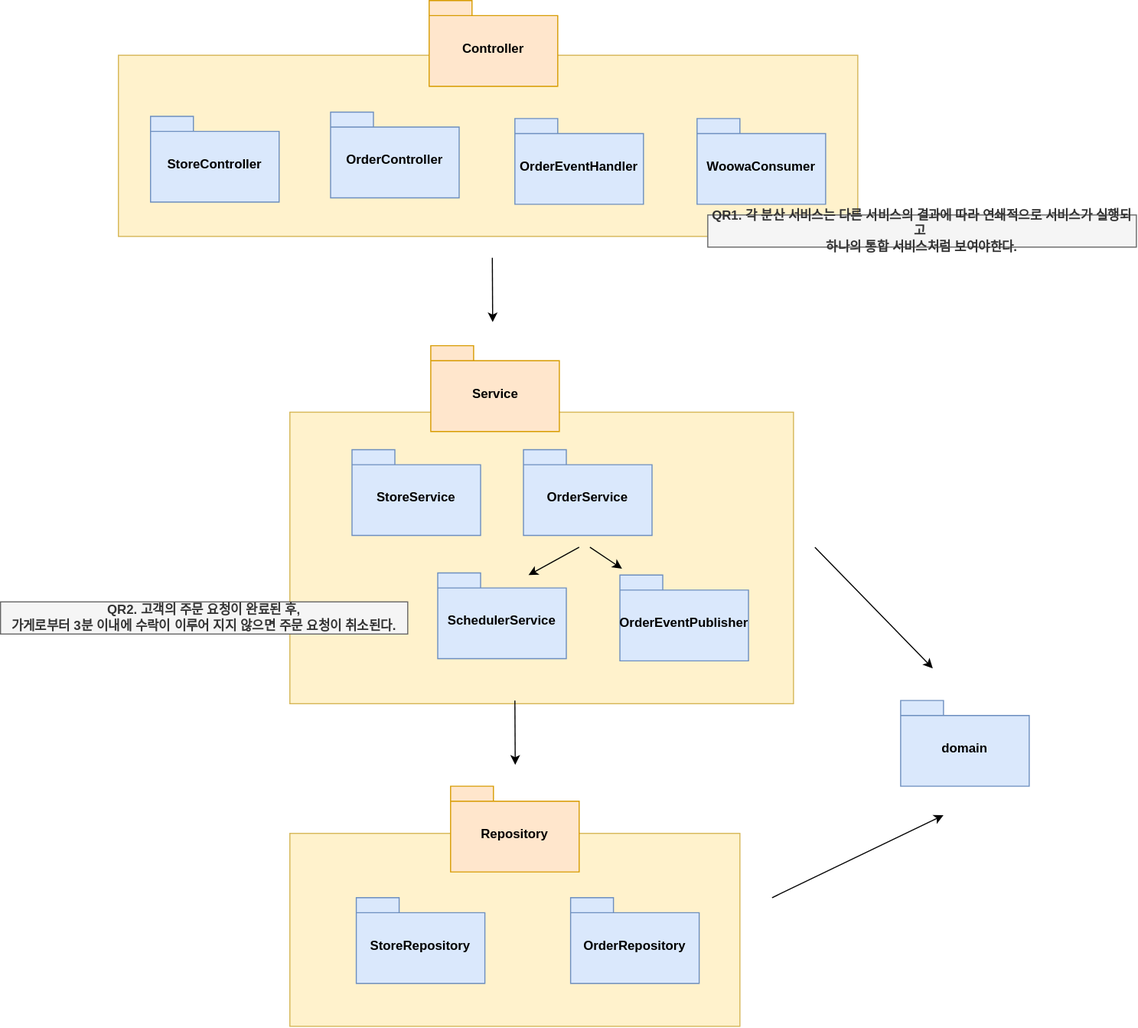
dldyou/UnifiedWoowaService keeps this draw.io diagram as documents/MidTerm/contents/img/woowa_architecture.svg. Above is the earlier version. Source tidied: cells renumbered, new cells last; positions are measured from the earlier drawing's top-left corner, leaving out a move shared by most shapes.
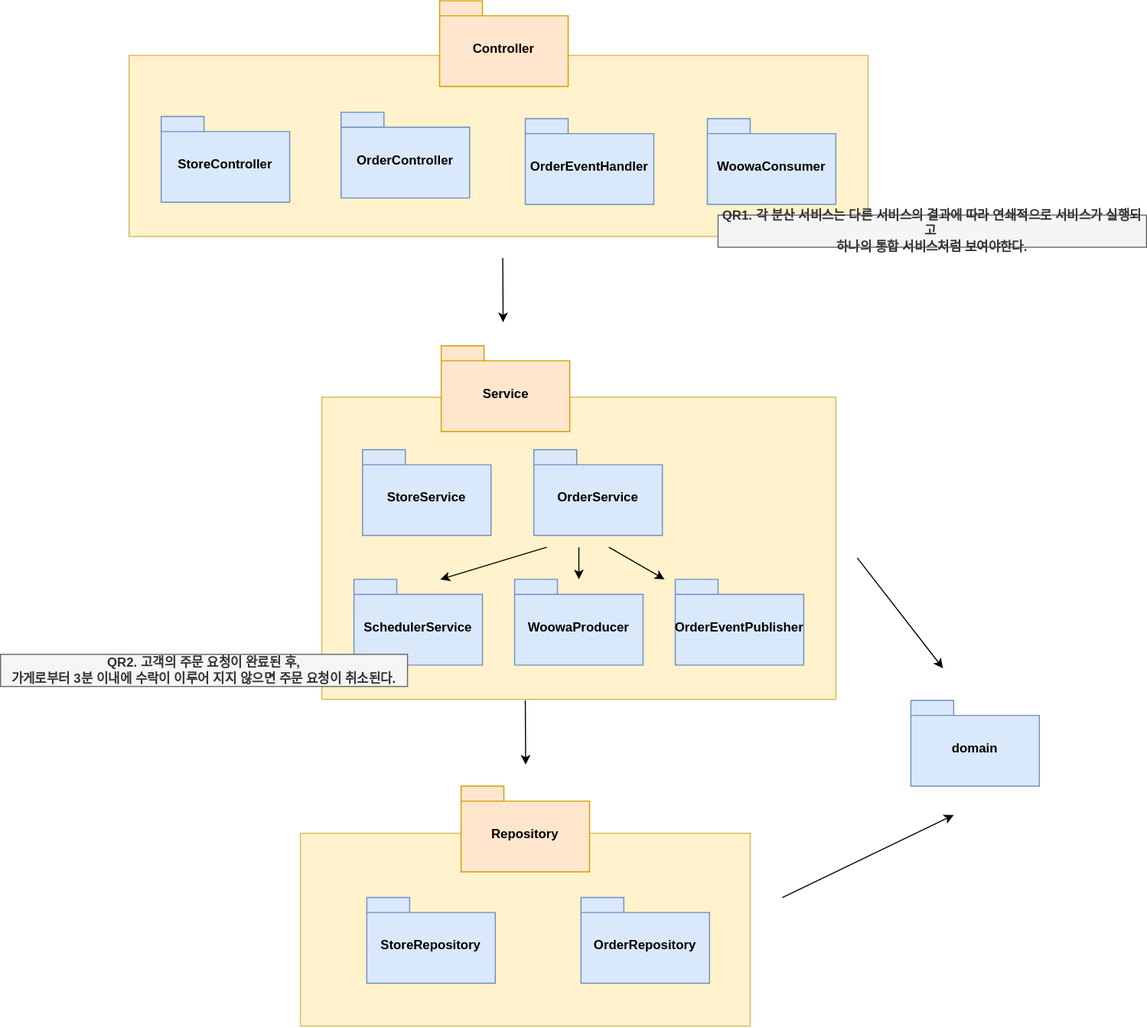
After the commit.

The edit, as a diff of the source:
```diff
@@ -2,9 +2,9 @@
   <root>
     <mxCell id="0" />
     <mxCell id="1" parent="0" />
-    <mxCell id="2" style="rounded=0;whiteSpace=wrap;html=1;fillColor=#fff2cc;strokeColor=#d6b656;" parent="1" vertex="1">
-      <mxGeometry x="270" y="384" width="470" height="272" as="geometry" />
-    </mxCell>
+    <mxCell id="27" style="rounded=0;whiteSpace=wrap;html=1;fillColor=#fff2cc;strokeColor=#d6b656;" parent="1" vertex="1">
+      <mxGeometry x="290" y="370" width="480" height="282" as="geometry" />
+    </mxCell>
     <mxCell id="3" style="rounded=0;whiteSpace=wrap;html=1;fillColor=#fff2cc;strokeColor=#d6b656;" parent="1" vertex="1">
       <mxGeometry x="270" y="777" width="420" height="180" as="geometry" />
     </mxCell>
@@ -18,7 +18,7 @@
       <mxGeometry x="488" y="419" width="120" height="80" as="geometry" />
     </mxCell>
     <mxCell id="7" value="SchedulerService" style="shape=folder;fontStyle=1;spacingTop=10;tabWidth=40;tabHeight=14;tabPosition=left;html=1;whiteSpace=wrap;fillColor=#dae8fc;strokeColor=#6c8ebf;" parent="1" vertex="1">
-      <mxGeometry x="408" y="534" width="120" height="80" as="geometry" />
+      <mxGeometry x="320" y="540" width="120" height="80" as="geometry" />
     </mxCell>
     <mxCell id="8" value="domain" style="shape=folder;fontStyle=1;spacingTop=10;tabWidth=40;tabHeight=14;tabPosition=left;html=1;whiteSpace=wrap;fillColor=#dae8fc;strokeColor=#6c8ebf;" parent="1" vertex="1">
       <mxGeometry x="840" y="653" width="120" height="80" as="geometry" />
@@ -47,8 +47,8 @@
     <mxCell id="16" value="OrderRepository" style="shape=folder;fontStyle=1;spacingTop=10;tabWidth=40;tabHeight=14;tabPosition=left;html=1;whiteSpace=wrap;fillColor=#dae8fc;strokeColor=#6c8ebf;" parent="1" vertex="1">
       <mxGeometry x="532" y="837" width="120" height="80" as="geometry" />
     </mxCell>
-    <mxCell id="17" value="OrderEventPublisher" style="shape=folder;fontStyle=1;spacingTop=10;tabWidth=40;tabHeight=14;tabPosition=left;html=1;whiteSpace=wrap;fillColor=#dae8fc;strokeColor=#6c8ebf;" parent="1" vertex="1">
-      <mxGeometry x="578" y="536" width="120" height="80" as="geometry" />
+    <mxCell id="17" value="WoowaProducer" style="shape=folder;fontStyle=1;spacingTop=10;tabWidth=40;tabHeight=14;tabPosition=left;html=1;whiteSpace=wrap;fillColor=#dae8fc;strokeColor=#6c8ebf;" parent="1" vertex="1">
+      <mxGeometry x="470" y="540" width="120" height="80" as="geometry" />
     </mxCell>
     <mxCell id="18" value="OrderEventHandler" style="shape=folder;fontStyle=1;spacingTop=10;tabWidth=40;tabHeight=14;tabPosition=left;html=1;whiteSpace=wrap;fillColor=#dae8fc;strokeColor=#6c8ebf;" parent="1" vertex="1">
       <mxGeometry x="480" y="110" width="120" height="80" as="geometry" />
@@ -67,7 +67,7 @@
     </mxCell>
     <mxCell id="21" style="endArrow=classic;html=1;rounded=0;" parent="1" edge="1">
       <mxGeometry relative="1" as="geometry">
-        <mxPoint x="760" y="510" as="sourcePoint" />
+        <mxPoint x="790" y="520" as="sourcePoint" />
         <mxPoint x="870" y="623" as="targetPoint" />
       </mxGeometry>
     </mxCell>
@@ -79,21 +79,29 @@
     </mxCell>
     <mxCell id="23" style="endArrow=classic;html=1;rounded=0;" parent="1" edge="1">
       <mxGeometry relative="1" as="geometry">
-        <mxPoint x="540" y="510" as="sourcePoint" />
-        <mxPoint x="492.7" y="536" as="targetPoint" />
+        <mxPoint x="500" y="510" as="sourcePoint" />
+        <mxPoint x="400.7" y="540" as="targetPoint" />
       </mxGeometry>
     </mxCell>
-    <mxCell id="24" style="endArrow=classic;html=1;rounded=0;" parent="1" edge="1">
+    <mxCell id="24" style="endArrow=classic;html=1;rounded=0;" parent="1" edge="1" target="17">
       <mxGeometry relative="1" as="geometry">
-        <mxPoint x="550" y="510" as="sourcePoint" />
-        <mxPoint x="580" y="530" as="targetPoint" />
+        <mxPoint x="530" y="510" as="sourcePoint" />
       </mxGeometry>
     </mxCell>
     <mxCell id="25" value="QR1. 각 분산 서비스는 다른 서비스의 결과에 따라 연쇄적으로 서비스가 실행되고&amp;nbsp;&lt;div&gt;하나의 통합 서비스처럼 보여야한다.&lt;/div&gt;" style="text;html=1;align=center;verticalAlign=middle;whiteSpace=wrap;rounded=0;fontStyle=1;fillColor=#f5f5f5;fontColor=#333333;strokeColor=#666666;" parent="1" vertex="1">
       <mxGeometry x="660" y="200" width="400" height="30" as="geometry" />
     </mxCell>
     <mxCell id="26" value="QR2. 고객의 주문 요청이 완료된 후,&lt;div&gt;가게로부터 3분 이내에 수락이 이루어 지지 않으면 주문 요청이 취소된다.&lt;/div&gt;" style="text;html=1;align=center;verticalAlign=middle;whiteSpace=wrap;rounded=0;fontStyle=1;fillColor=#f5f5f5;fontColor=#333333;strokeColor=#666666;" parent="1" vertex="1">
-      <mxGeometry y="561" width="380" height="30" as="geometry" />
+      <mxGeometry x="-10" y="610" width="380" height="30" as="geometry" />
     </mxCell>
+    <mxCell id="28" value="OrderEventPublisher" style="shape=folder;fontStyle=1;spacingTop=10;tabWidth=40;tabHeight=14;tabPosition=left;html=1;whiteSpace=wrap;fillColor=#dae8fc;strokeColor=#6c8ebf;" parent="1" vertex="1">
+      <mxGeometry x="620" y="540" width="120" height="80" as="geometry" />
+    </mxCell>
+    <mxCell id="29" style="endArrow=classic;html=1;rounded=0;" parent="1" edge="1">
+      <mxGeometry relative="1" as="geometry">
+        <mxPoint x="558" y="510" as="sourcePoint" />
+        <mxPoint x="610" y="540" as="targetPoint" />
+      </mxGeometry>
+    </mxCell>
   </root>
 </mxGraphModel>
```
